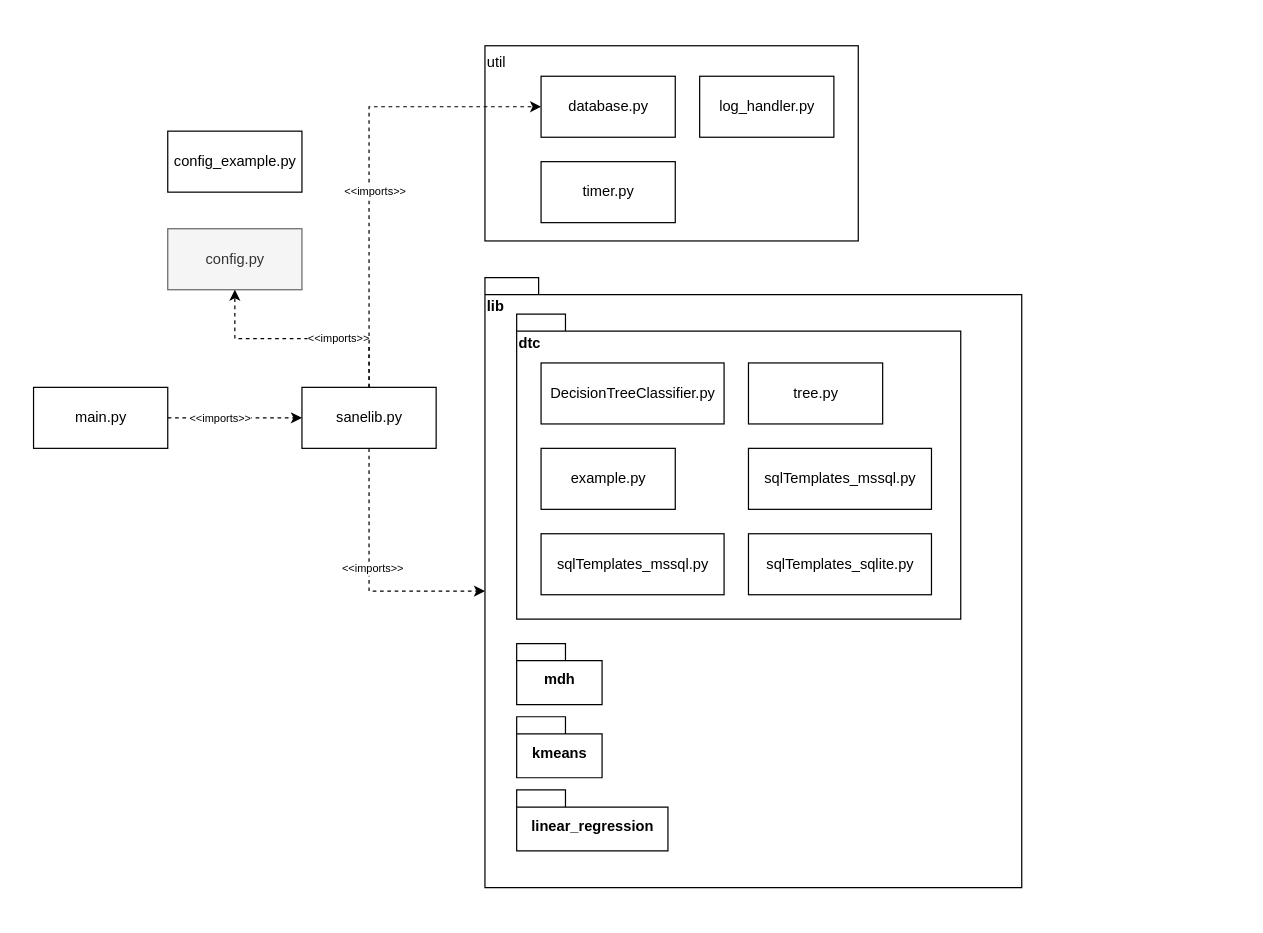
Above: final_class.drawio in becker-max/baa-structures (draw.io), before the change. Source tidied: cells renumbered, new cells numbered last; positions are measured from the earlier drawing's top-left corner, leaving out a move shared by most shapes. Both pictures are drawn from the tidied source at 122%, with x=0, y=0 at pixel (33, 45).
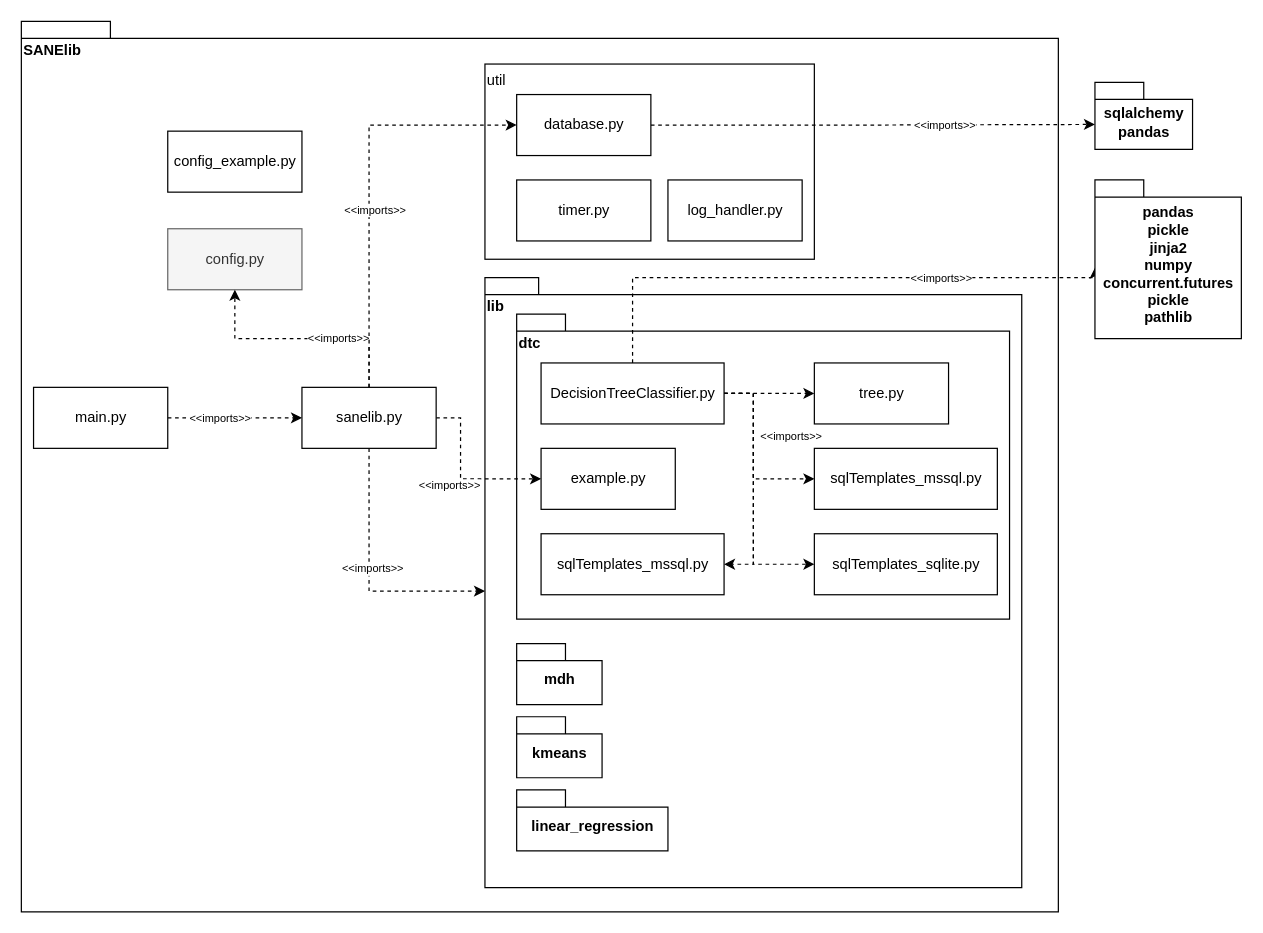
The same page after the edit.

The change refers to these unchanged cells:
```xml
<mxCell id="10" value="sanelib.py" style="html=1;" parent="1" vertex="1">
  <mxGeometry x="220" y="280" width="110" height="50" as="geometry" />
</mxCell>
<mxCell id="19" value="DecisionTreeClassifier.py" style="html=1;" parent="1" vertex="1">
  <mxGeometry x="416" y="260" width="150" height="50" as="geometry" />
</mxCell>
<mxCell id="20" value="example.py" style="html=1;" parent="1" vertex="1">
  <mxGeometry x="416" y="330" width="110" height="50" as="geometry" />
</mxCell>
<mxCell id="22" value="sqlTemplates_mssql.py" style="html=1;" parent="1" vertex="1">
  <mxGeometry x="416" y="400" width="150" height="50" as="geometry" />
</mxCell>
```

Change to the diagram source:
```diff
@@
+    <mxCell id="29" value="SANElib" style="shape=folder;fontStyle=1;spacingTop=10;tabWidth=40;tabHeight=14;tabPosition=left;html=1;fillColor=none;align=left;verticalAlign=top;" parent="1" vertex="1">
+      <mxGeometry x="-10" y="-20" width="850" height="730" as="geometry" />
+    </mxCell>
@@
+    <mxCell id="25" value="dtc" style="shape=folder;fontStyle=1;spacingTop=10;tabWidth=40;tabHeight=14;tabPosition=left;html=1;fillColor=none;align=left;verticalAlign=top;" parent="1" vertex="1">
+      <mxGeometry x="396" y="220" width="404" height="250" as="geometry" />
+    </mxCell>
@@
+    <mxCell id="30" style="edgeStyle=orthogonalEdgeStyle;rounded=0;jettySize=auto;html=1;exitX=1;exitY=0.5;exitDx=0;exitDy=0;entryX=0;entryY=0.5;entryDx=0;entryDy=0;dashed=1;fontSize=9;endArrow=classic;endFill=1;" parent="1" edge="1" source="10" target="20">
+      <mxGeometry relative="1" as="geometry">
+        <Array as="points">
+          <mxPoint x="350" y="305" />
+          <mxPoint x="350" y="355" />
+        </Array>
+      </mxGeometry>
+    </mxCell>
+    <mxCell id="31" value="&amp;lt;&amp;lt;imports&amp;gt;&amp;gt;" style="edgeLabel;html=1;align=center;verticalAlign=middle;fontSize=9;" parent="30" vertex="1">
+      <mxGeometry x="-0.13" y="2" relative="1" as="geometry">
+        <mxPoint x="-12" y="16" as="offset" />
+      </mxGeometry>
+    </mxCell>
@@
     <mxCell id="15" value="util" style="html=1;fillColor=none;align=left;verticalAlign=top;" parent="1" vertex="1">
-      <mxGeometry x="370" width="306" height="160" as="geometry" />
+      <mxGeometry x="370" y="15" width="270" height="160" as="geometry" />
     </mxCell>
+    <mxCell id="32" style="edgeStyle=orthogonalEdgeStyle;rounded=0;jettySize=auto;html=1;exitX=1;exitY=0.5;exitDx=0;exitDy=0;entryX=0;entryY=0;entryDx=0;entryDy=34.5;entryPerimeter=0;dashed=1;fontSize=9;endArrow=classic;endFill=1;" parent="1" edge="1" source="16" target="42">
+      <mxGeometry relative="1" as="geometry" />
+    </mxCell>
+    <mxCell id="33" value="&amp;lt;&amp;lt;imports&amp;gt;&amp;gt;" style="edgeLabel;html=1;align=center;verticalAlign=middle;fontSize=9;" parent="32" vertex="1">
+      <mxGeometry x="0.32" y="-1" relative="1" as="geometry" />
+    </mxCell>
     <mxCell id="16" value="database.py" style="html=1;" parent="1" vertex="1">
-      <mxGeometry x="416" y="25" width="110" height="50" as="geometry" />
+      <mxGeometry x="396" y="40" width="110" height="50" as="geometry" />
     </mxCell>
     <mxCell id="17" value="log_handler.py" style="html=1;" parent="1" vertex="1">
-      <mxGeometry x="546" y="25" width="110" height="50" as="geometry" />
+      <mxGeometry x="520" y="110" width="110" height="50" as="geometry" />
     </mxCell>
     <mxCell id="18" value="timer.py" style="html=1;" parent="1" vertex="1">
-      <mxGeometry x="416" y="95" width="110" height="50" as="geometry" />
+      <mxGeometry x="396" y="110" width="110" height="50" as="geometry" />
     </mxCell>
+    <mxCell id="34" style="edgeStyle=orthogonalEdgeStyle;rounded=0;jettySize=auto;html=1;exitX=1;exitY=0.5;exitDx=0;exitDy=0;entryX=0;entryY=0.5;entryDx=0;entryDy=0;dashed=1;fontSize=9;endArrow=classic;endFill=1;" parent="1" edge="1" source="19" target="21">
+      <mxGeometry relative="1" as="geometry" />
+    </mxCell>
+    <mxCell id="35" value="&amp;lt;&amp;lt;imports&amp;gt;&amp;gt;" style="edgeLabel;html=1;align=center;verticalAlign=middle;fontSize=9;" parent="34" vertex="1">
+      <mxGeometry x="-0.57" relative="1" as="geometry">
+        <mxPoint x="38" y="35" as="offset" />
+      </mxGeometry>
+    </mxCell>
+    <mxCell id="36" style="edgeStyle=orthogonalEdgeStyle;rounded=0;jettySize=auto;html=1;exitX=1;exitY=0.5;exitDx=0;exitDy=0;entryX=0;entryY=0.5;entryDx=0;entryDy=0;dashed=1;fontSize=9;endArrow=classic;endFill=1;" parent="1" edge="1" source="19" target="23">
+      <mxGeometry relative="1" as="geometry">
+        <Array as="points">
+          <mxPoint x="590" y="285" />
+          <mxPoint x="590" y="355" />
+        </Array>
+      </mxGeometry>
+    </mxCell>
+    <mxCell id="37" style="edgeStyle=orthogonalEdgeStyle;rounded=0;jettySize=auto;html=1;exitX=1;exitY=0.5;exitDx=0;exitDy=0;entryX=0;entryY=0.5;entryDx=0;entryDy=0;dashed=1;fontSize=9;endArrow=classic;endFill=1;" parent="1" edge="1" source="19" target="24">
+      <mxGeometry relative="1" as="geometry">
+        <Array as="points">
+          <mxPoint x="590" y="285" />
+          <mxPoint x="590" y="425" />
+        </Array>
+      </mxGeometry>
+    </mxCell>
+    <mxCell id="38" style="edgeStyle=orthogonalEdgeStyle;rounded=0;jettySize=auto;html=1;exitX=1;exitY=0.5;exitDx=0;exitDy=0;entryX=1;entryY=0.5;entryDx=0;entryDy=0;dashed=1;fontSize=9;endArrow=classic;endFill=1;" parent="1" edge="1" source="19" target="22">
+      <mxGeometry relative="1" as="geometry">
+        <Array as="points">
+          <mxPoint x="590" y="285" />
+          <mxPoint x="590" y="425" />
+        </Array>
+      </mxGeometry>
+    </mxCell>
+    <mxCell id="39" style="edgeStyle=orthogonalEdgeStyle;rounded=0;jettySize=auto;html=1;exitX=0.5;exitY=0;exitDx=0;exitDy=0;entryX=0;entryY=0;entryDx=0;entryDy=72;entryPerimeter=0;dashed=1;fontSize=9;endArrow=classic;endFill=1;" parent="1" edge="1" source="19" target="26">
+      <mxGeometry relative="1" as="geometry">
+        <Array as="points">
+          <mxPoint x="491" y="190" />
+          <mxPoint x="870" y="190" />
+        </Array>
+      </mxGeometry>
+    </mxCell>
+    <mxCell id="40" value="&amp;lt;&amp;lt;imports&amp;gt;&amp;gt;" style="edgeLabel;html=1;align=center;verticalAlign=middle;fontSize=9;" parent="39" vertex="1">
+      <mxGeometry x="0.41" y="1" relative="1" as="geometry">
+        <mxPoint y="1" as="offset" />
+      </mxGeometry>
+    </mxCell>
@@
     <mxCell id="21" value="tree.py" style="html=1;" parent="1" vertex="1">
-      <mxGeometry x="586" y="260" width="110" height="50" as="geometry" />
+      <mxGeometry x="640" y="260" width="110" height="50" as="geometry" />
     </mxCell>
@@
     <mxCell id="23" value="sqlTemplates_mssql.py" style="html=1;" parent="1" vertex="1">
-      <mxGeometry x="586" y="330" width="150" height="50" as="geometry" />
+      <mxGeometry x="640" y="330" width="150" height="50" as="geometry" />
     </mxCell>
     <mxCell id="24" value="sqlTemplates_sqlite.py" style="html=1;" parent="1" vertex="1">
-      <mxGeometry x="586" y="400" width="150" height="50" as="geometry" />
+      <mxGeometry x="640" y="400" width="150" height="50" as="geometry" />
     </mxCell>
-    <mxCell id="25" value="dtc" style="shape=folder;fontStyle=1;spacingTop=10;tabWidth=40;tabHeight=14;tabPosition=left;html=1;fillColor=none;align=left;verticalAlign=top;" parent="1" vertex="1">
-      <mxGeometry x="396" y="220" width="364" height="250" as="geometry" />
-    </mxCell>
-    <mxCell id="26" value="mdh" style="shape=folder;fontStyle=1;spacingTop=10;tabWidth=40;tabHeight=14;tabPosition=left;html=1;align=center;labelPosition=center;verticalLabelPosition=middle;verticalAlign=middle;labelBackgroundColor=#ffffff;" parent="1" vertex="1">
-      <mxGeometry x="396" y="490" width="70" height="50" as="geometry" />
+    <mxCell id="26" value="&lt;div&gt;pandas&lt;/div&gt;&lt;div&gt;pickle&lt;/div&gt;&lt;div&gt;jinja2&lt;/div&gt;&lt;div&gt;numpy&lt;/div&gt;&lt;div&gt;concurrent.futures&lt;/div&gt;&lt;div&gt;pickle&lt;/div&gt;&lt;div&gt;pathlib&lt;br&gt;&lt;/div&gt;" style="shape=folder;fontStyle=1;spacingTop=10;tabWidth=40;tabHeight=14;tabPosition=left;html=1;align=center;labelPosition=center;verticalLabelPosition=middle;verticalAlign=middle;labelBackgroundColor=#ffffff;" parent="1" vertex="1">
+      <mxGeometry x="870" y="110" width="120" height="130" as="geometry" />
     </mxCell>
@@
+    <mxCell id="41" value="mdh" style="shape=folder;fontStyle=1;spacingTop=10;tabWidth=40;tabHeight=14;tabPosition=left;html=1;align=center;labelPosition=center;verticalLabelPosition=middle;verticalAlign=middle;labelBackgroundColor=#ffffff;" parent="1" vertex="1">
+      <mxGeometry x="396" y="490" width="70" height="50" as="geometry" />
+    </mxCell>
+    <mxCell id="42" value="&lt;div&gt;sqlalchemy&lt;/div&gt;&lt;div&gt;pandas&lt;br&gt;&lt;/div&gt;" style="shape=folder;fontStyle=1;spacingTop=10;tabWidth=40;tabHeight=14;tabPosition=left;html=1;align=center;labelPosition=center;verticalLabelPosition=middle;verticalAlign=middle;labelBackgroundColor=#ffffff;" parent="1" vertex="1">
+      <mxGeometry x="870" y="30" width="80" height="55" as="geometry" />
+    </mxCell>
```
